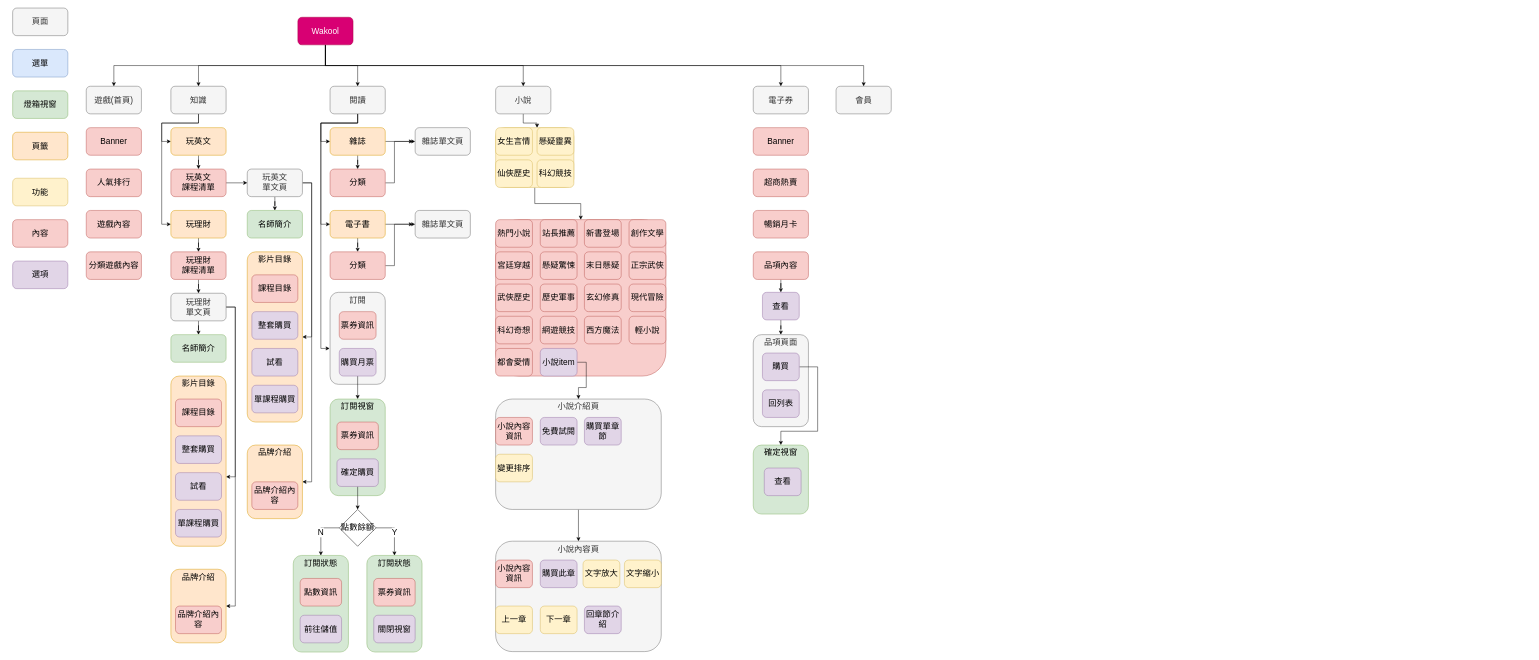
Above: page "sitemap" (2 of 2) of 中信Wakool.drawio in Cadmus-design/Diagrams (draw.io), before the change. Source tidied: cells renumbered, new cells numbered last; positions are measured from the earlier drawing's top-left corner, leaving out a move shared by most shapes. Both pictures are drawn from the tidied source at 46%, with x=0, y=0 at pixel (12, 8).
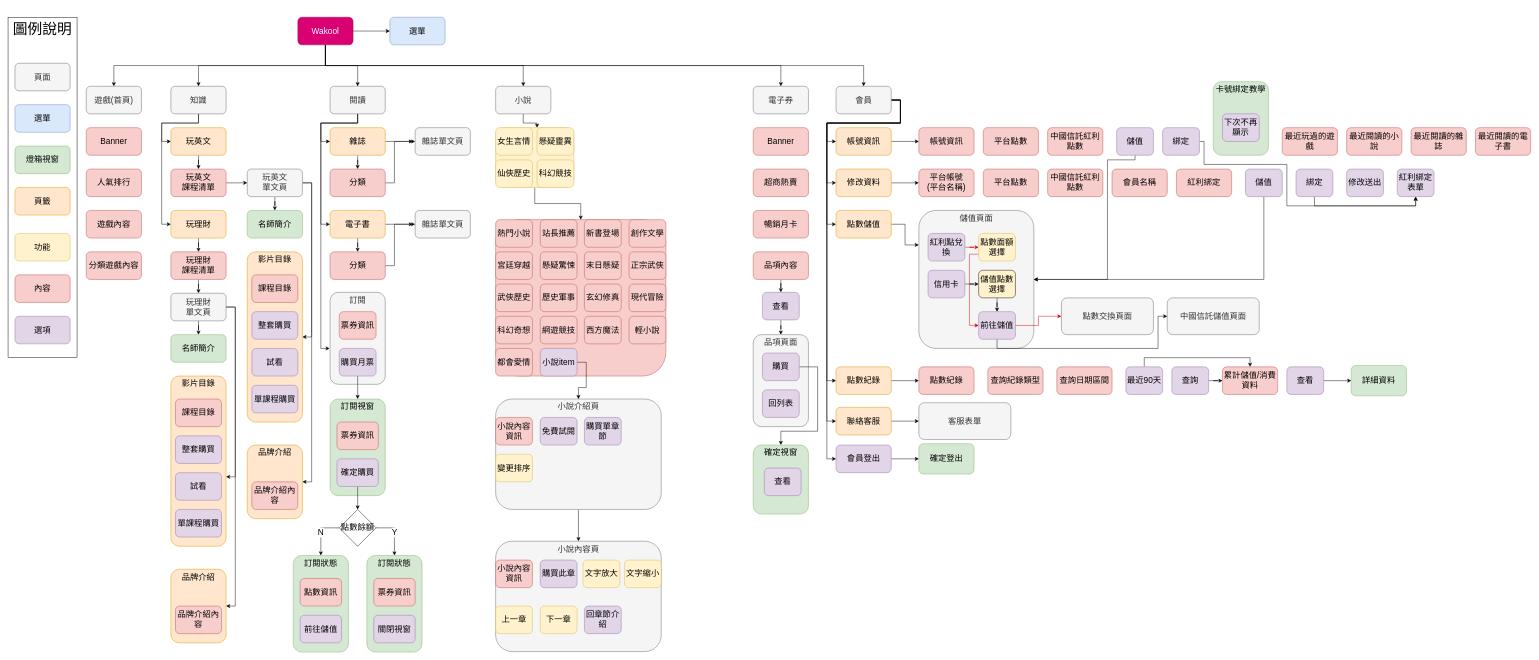
The same diagram, later.

Unchanged cells that the change refers to:
```xml
<mxCell id="21" value="會員" style="rounded=1;whiteSpace=wrap;html=1;fillColor=#f5f5f5;strokeColor=#666666;fontSize=18;fontColor=#333333;" parent="1" vertex="1">
  <mxGeometry x="1790" y="170" width="120" height="60" as="geometry" />
</mxCell>
<mxCell id="28" value="Wakool" style="rounded=1;whiteSpace=wrap;html=1;fillColor=#d80073;fontColor=#ffffff;strokeColor=#A50040;fontSize=18;" parent="1" vertex="1">
  <mxGeometry x="620" y="20" width="120" height="60" as="geometry" />
</mxCell>
```

Diff of the diagram source:
```diff
@@
+    <mxCell id="149" value="圖例說明" style="rounded=0;whiteSpace=wrap;html=1;strokeColor=#000000;verticalAlign=top;fontSize=32;" parent="1" vertex="1">
+      <mxGeometry x="-10" y="20" width="150" height="740" as="geometry" />
+    </mxCell>
@@
     <mxCell id="5" value="頁面" style="rounded=1;whiteSpace=wrap;html=1;fillColor=#f5f5f5;fontColor=#333333;strokeColor=#666666;fontSize=18;" parent="1" vertex="1">
-      <mxGeometry width="120" height="60" as="geometry" />
+      <mxGeometry x="5" y="120" width="120" height="60" as="geometry" />
     </mxCell>
     <mxCell id="6" value="選單" style="rounded=1;whiteSpace=wrap;html=1;fillColor=#dae8fc;strokeColor=#6c8ebf;fontSize=18;" parent="1" vertex="1">
-      <mxGeometry y="90" width="120" height="60" as="geometry" />
+      <mxGeometry x="820" y="20" width="120" height="60" as="geometry" />
     </mxCell>
     <mxCell id="7" value="燈箱視窗" style="rounded=1;whiteSpace=wrap;html=1;fillColor=#d5e8d4;strokeColor=#82b366;fontSize=18;" parent="1" vertex="1">
-      <mxGeometry y="180" width="120" height="60" as="geometry" />
+      <mxGeometry x="5" y="300" width="120" height="60" as="geometry" />
     </mxCell>
     <mxCell id="8" value="頁籤" style="rounded=1;whiteSpace=wrap;html=1;fillColor=#ffe6cc;strokeColor=#d79b00;fontSize=18;" parent="1" vertex="1">
-      <mxGeometry y="270" width="120" height="60" as="geometry" />
+      <mxGeometry x="5" y="390" width="120" height="60" as="geometry" />
     </mxCell>
     <mxCell id="9" value="功能" style="rounded=1;whiteSpace=wrap;html=1;fillColor=#fff2cc;strokeColor=#d6b656;fontSize=18;" parent="1" vertex="1">
-      <mxGeometry y="370" width="120" height="60" as="geometry" />
+      <mxGeometry x="5" y="490" width="120" height="60" as="geometry" />
     </mxCell>
@@
+    <mxCell id="150" style="edgeStyle=orthogonalEdgeStyle;rounded=0;jettySize=auto;html=1;exitX=1;exitY=0.5;exitDx=0;exitDy=0;entryX=0;entryY=0.5;entryDx=0;entryDy=0;" parent="1" edge="1" source="21" target="166">
+      <mxGeometry relative="1" as="geometry" />
+    </mxCell>
+    <mxCell id="151" style="edgeStyle=orthogonalEdgeStyle;rounded=0;jettySize=auto;html=1;exitX=1;exitY=0.5;exitDx=0;exitDy=0;entryX=0;entryY=0.5;entryDx=0;entryDy=0;" parent="1" edge="1" source="21" target="168">
+      <mxGeometry relative="1" as="geometry">
+        <Array as="points">
+          <mxPoint x="1930" y="200" />
+          <mxPoint x="1930" y="250" />
+          <mxPoint x="1770" y="250" />
+          <mxPoint x="1770" y="380" />
+        </Array>
+      </mxGeometry>
+    </mxCell>
+    <mxCell id="152" style="edgeStyle=orthogonalEdgeStyle;rounded=0;jettySize=auto;html=1;exitX=1;exitY=0.5;exitDx=0;exitDy=0;entryX=0;entryY=0.5;entryDx=0;entryDy=0;" parent="1" edge="1" source="21" target="170">
+      <mxGeometry relative="1" as="geometry">
+        <Array as="points">
+          <mxPoint x="1930" y="200" />
+          <mxPoint x="1930" y="250" />
+          <mxPoint x="1770" y="250" />
+          <mxPoint x="1770" y="470" />
+        </Array>
+      </mxGeometry>
+    </mxCell>
+    <mxCell id="153" style="edgeStyle=orthogonalEdgeStyle;rounded=0;jettySize=auto;html=1;exitX=1;exitY=0.5;exitDx=0;exitDy=0;entryX=0;entryY=0.5;entryDx=0;entryDy=0;" parent="1" edge="1" source="21" target="172">
+      <mxGeometry relative="1" as="geometry">
+        <Array as="points">
+          <mxPoint x="1930" y="200" />
+          <mxPoint x="1930" y="250" />
+          <mxPoint x="1770" y="250" />
+          <mxPoint x="1770" y="810" />
+        </Array>
+      </mxGeometry>
+    </mxCell>
+    <mxCell id="154" style="edgeStyle=orthogonalEdgeStyle;rounded=0;jettySize=auto;html=1;exitX=1;exitY=0.5;exitDx=0;exitDy=0;entryX=0;entryY=0.5;entryDx=0;entryDy=0;" parent="1" edge="1" source="21" target="174">
+      <mxGeometry relative="1" as="geometry">
+        <Array as="points">
+          <mxPoint x="1930" y="200" />
+          <mxPoint x="1930" y="250" />
+          <mxPoint x="1770" y="250" />
+          <mxPoint x="1770" y="898" />
+        </Array>
+      </mxGeometry>
+    </mxCell>
+    <mxCell id="155" style="edgeStyle=orthogonalEdgeStyle;rounded=0;jettySize=auto;html=1;exitX=1;exitY=0.5;exitDx=0;exitDy=0;entryX=0;entryY=0.5;entryDx=0;entryDy=0;" parent="1" edge="1" source="21" target="176">
+      <mxGeometry relative="1" as="geometry">
+        <Array as="points">
+          <mxPoint x="1930" y="200" />
+          <mxPoint x="1930" y="250" />
+          <mxPoint x="1770" y="250" />
+          <mxPoint x="1770" y="980" />
+        </Array>
+      </mxGeometry>
+    </mxCell>
@@
+    <mxCell id="156" style="edgeStyle=orthogonalEdgeStyle;rounded=0;jettySize=auto;html=1;entryX=0;entryY=0.5;entryDx=0;entryDy=0;" parent="1" edge="1" source="28" target="6">
+      <mxGeometry relative="1" as="geometry" />
+    </mxCell>
@@
     <mxCell id="29" value="內容" style="rounded=1;whiteSpace=wrap;html=1;fillColor=#f8cecc;strokeColor=#b85450;fontSize=18;" parent="1" vertex="1">
-      <mxGeometry y="460" width="120" height="60" as="geometry" />
+      <mxGeometry x="5" y="580" width="120" height="60" as="geometry" />
     </mxCell>
     <mxCell id="30" value="選項" style="rounded=1;whiteSpace=wrap;html=1;fillColor=#e1d5e7;strokeColor=#9673a6;fontSize=18;" parent="1" vertex="1">
-      <mxGeometry y="550" width="120" height="60" as="geometry" />
+      <mxGeometry x="5" y="670" width="120" height="60" as="geometry" />
     </mxCell>
@@
+    <mxCell id="157" value="卡號綁定教學" style="rounded=1;whiteSpace=wrap;html=1;fillColor=#d5e8d4;strokeColor=#82b366;fontSize=18;verticalAlign=top;" parent="1" vertex="1">
+      <mxGeometry x="2610" y="160" width="120" height="160" as="geometry" />
+    </mxCell>
+    <mxCell id="158" value="下次不再顯示" style="rounded=1;whiteSpace=wrap;html=1;fillColor=#e1d5e7;strokeColor=#9673a6;fontSize=18;" parent="1" vertex="1">
+      <mxGeometry x="2630" y="230" width="80" height="60" as="geometry" />
+    </mxCell>
+    <mxCell id="159" value="帳號資訊" style="rounded=1;whiteSpace=wrap;html=1;fillColor=#f8cecc;strokeColor=#b85450;fontSize=18;" parent="1" vertex="1">
+      <mxGeometry x="1970" y="260" width="120" height="60" as="geometry" />
+    </mxCell>
+    <mxCell id="160" value="平台點數" style="rounded=1;whiteSpace=wrap;html=1;fillColor=#f8cecc;strokeColor=#b85450;fontSize=18;" parent="1" vertex="1">
+      <mxGeometry x="2110" y="260" width="120" height="60" as="geometry" />
+    </mxCell>
+    <mxCell id="161" value="中國信託紅利點數" style="rounded=1;whiteSpace=wrap;html=1;fillColor=#f8cecc;strokeColor=#b85450;fontSize=18;" parent="1" vertex="1">
+      <mxGeometry x="2250" y="260" width="120" height="60" as="geometry" />
+    </mxCell>
+    <mxCell id="162" style="edgeStyle=orthogonalEdgeStyle;rounded=0;jettySize=auto;html=1;exitX=1;exitY=0.5;exitDx=0;exitDy=0;entryX=0.5;entryY=1;entryDx=0;entryDy=0;strokeColor=#000000;" parent="1" edge="1" source="163" target="203">
+      <mxGeometry relative="1" as="geometry">
+        <Array as="points">
+          <mxPoint x="2590" y="290" />
+          <mxPoint x="2590" y="340" />
+          <mxPoint x="2770" y="340" />
+          <mxPoint x="2770" y="430" />
+          <mxPoint x="3050" y="430" />
+        </Array>
+      </mxGeometry>
+    </mxCell>
+    <mxCell id="163" value="綁定" style="rounded=1;whiteSpace=wrap;html=1;fillColor=#e1d5e7;strokeColor=#9673a6;fontSize=18;" parent="1" vertex="1">
+      <mxGeometry x="2500" y="260" width="80" height="60" as="geometry" />
+    </mxCell>
+    <mxCell id="164" value="選單" style="rounded=1;whiteSpace=wrap;html=1;fillColor=#dae8fc;strokeColor=#6c8ebf;fontSize=18;" parent="1" vertex="1">
+      <mxGeometry x="5" y="210" width="120" height="60" as="geometry" />
+    </mxCell>
+    <mxCell id="165" style="edgeStyle=orthogonalEdgeStyle;rounded=0;jettySize=auto;html=1;exitX=1;exitY=0.5;exitDx=0;exitDy=0;entryX=0;entryY=0.5;entryDx=0;entryDy=0;" parent="1" edge="1" source="166" target="159">
+      <mxGeometry relative="1" as="geometry" />
+    </mxCell>
+    <mxCell id="166" value="帳號資訊" style="rounded=1;whiteSpace=wrap;html=1;fillColor=#ffe6cc;strokeColor=#d79b00;fontSize=18;" parent="1" vertex="1">
+      <mxGeometry x="1790" y="260" width="120" height="60" as="geometry" />
+    </mxCell>
+    <mxCell id="167" style="edgeStyle=orthogonalEdgeStyle;rounded=0;jettySize=auto;html=1;strokeColor=#000000;" parent="1" edge="1" source="168" target="193">
+      <mxGeometry relative="1" as="geometry" />
+    </mxCell>
+    <mxCell id="168" value="修改資料" style="rounded=1;whiteSpace=wrap;html=1;fillColor=#ffe6cc;strokeColor=#d79b00;fontSize=18;" parent="1" vertex="1">
+      <mxGeometry x="1790" y="350" width="120" height="60" as="geometry" />
+    </mxCell>
+    <mxCell id="169" style="edgeStyle=orthogonalEdgeStyle;rounded=0;jettySize=auto;html=1;exitX=1;exitY=0.5;exitDx=0;exitDy=0;entryX=0;entryY=0.25;entryDx=0;entryDy=0;strokeColor=#000000;" parent="1" edge="1" source="170" target="179">
+      <mxGeometry relative="1" as="geometry" />
+    </mxCell>
+    <mxCell id="170" value="點數儲值" style="rounded=1;whiteSpace=wrap;html=1;fillColor=#ffe6cc;strokeColor=#d79b00;fontSize=18;" parent="1" vertex="1">
+      <mxGeometry x="1790" y="440" width="120" height="60" as="geometry" />
+    </mxCell>
+    <mxCell id="171" style="edgeStyle=orthogonalEdgeStyle;rounded=0;jettySize=auto;html=1;exitX=1;exitY=0.5;exitDx=0;exitDy=0;entryX=0;entryY=0.5;entryDx=0;entryDy=0;strokeColor=#000000;" parent="1" edge="1" source="172" target="208">
+      <mxGeometry relative="1" as="geometry" />
+    </mxCell>
+    <mxCell id="172" value="點數紀錄" style="rounded=1;whiteSpace=wrap;html=1;fillColor=#ffe6cc;strokeColor=#d79b00;fontSize=18;" parent="1" vertex="1">
+      <mxGeometry x="1790" y="780" width="120" height="60" as="geometry" />
+    </mxCell>
+    <mxCell id="173" style="edgeStyle=orthogonalEdgeStyle;rounded=0;jettySize=auto;html=1;exitX=1;exitY=0.5;exitDx=0;exitDy=0;strokeColor=#000000;" parent="1" edge="1" source="174" target="219">
+      <mxGeometry relative="1" as="geometry" />
+    </mxCell>
+    <mxCell id="174" value="聯絡客服" style="rounded=1;whiteSpace=wrap;html=1;fillColor=#ffe6cc;strokeColor=#d79b00;fontSize=18;" parent="1" vertex="1">
+      <mxGeometry x="1790" y="868" width="120" height="60" as="geometry" />
+    </mxCell>
+    <mxCell id="175" style="edgeStyle=orthogonalEdgeStyle;rounded=0;jettySize=auto;html=1;strokeColor=#000000;" parent="1" edge="1" source="176" target="220">
+      <mxGeometry relative="1" as="geometry" />
+    </mxCell>
+    <mxCell id="176" value="會員登出" style="rounded=1;whiteSpace=wrap;html=1;fillColor=#e1d5e7;strokeColor=#9673a6;fontSize=18;" parent="1" vertex="1">
+      <mxGeometry x="1790" y="950" width="120" height="60" as="geometry" />
+    </mxCell>
+    <mxCell id="177" style="edgeStyle=orthogonalEdgeStyle;rounded=0;jettySize=auto;html=1;exitX=0.5;exitY=1;exitDx=0;exitDy=0;entryX=1;entryY=0.5;entryDx=0;entryDy=0;" parent="1" edge="1" source="178" target="179">
+      <mxGeometry relative="1" as="geometry">
+        <Array as="points">
+          <mxPoint x="2440" y="330" />
+          <mxPoint x="2380" y="330" />
+          <mxPoint x="2380" y="590" />
+        </Array>
+      </mxGeometry>
+    </mxCell>
+    <mxCell id="178" value="儲值" style="rounded=1;whiteSpace=wrap;html=1;fillColor=#e1d5e7;strokeColor=#9673a6;fontSize=18;" parent="1" vertex="1">
+      <mxGeometry x="2400" y="260" width="80" height="60" as="geometry" />
+    </mxCell>
+    <mxCell id="179" value="儲值頁面" style="rounded=1;whiteSpace=wrap;html=1;fillColor=#f5f5f5;fontColor=#333333;strokeColor=#666666;fontSize=18;verticalAlign=top;" parent="1" vertex="1">
+      <mxGeometry x="1970" y="440" width="250" height="300" as="geometry" />
+    </mxCell>
+    <mxCell id="180" style="edgeStyle=orthogonalEdgeStyle;rounded=0;jettySize=auto;html=1;strokeColor=#CC0000;" parent="1" edge="1" source="181" target="190">
+      <mxGeometry relative="1" as="geometry" />
+    </mxCell>
+    <mxCell id="181" value="紅利點兌換" style="rounded=1;whiteSpace=wrap;html=1;fillColor=#e1d5e7;strokeColor=#9673a6;fontSize=18;" parent="1" vertex="1">
+      <mxGeometry x="1990" y="490" width="80" height="60" as="geometry" />
+    </mxCell>
+    <mxCell id="182" style="edgeStyle=orthogonalEdgeStyle;rounded=0;jettySize=auto;html=1;strokeColor=#000000;" parent="1" edge="1" source="183" target="188">
+      <mxGeometry relative="1" as="geometry" />
+    </mxCell>
+    <mxCell id="183" value="信用卡" style="rounded=1;whiteSpace=wrap;html=1;fillColor=#e1d5e7;strokeColor=#9673a6;fontSize=18;" parent="1" vertex="1">
+      <mxGeometry x="1990" y="570" width="80" height="60" as="geometry" />
+    </mxCell>
+    <mxCell id="184" style="edgeStyle=orthogonalEdgeStyle;rounded=0;jettySize=auto;html=1;exitX=1;exitY=0.5;exitDx=0;exitDy=0;entryX=0;entryY=0.5;entryDx=0;entryDy=0;strokeColor=#CC0000;" parent="1" edge="1" source="186" target="192">
+      <mxGeometry relative="1" as="geometry" />
+    </mxCell>
+    <mxCell id="185" style="edgeStyle=orthogonalEdgeStyle;rounded=0;jettySize=auto;html=1;exitX=0.5;exitY=1;exitDx=0;exitDy=0;entryX=0;entryY=0.5;entryDx=0;entryDy=0;strokeColor=#000000;" parent="1" edge="1" source="186" target="191">
+      <mxGeometry relative="1" as="geometry">
+        <Array as="points">
+          <mxPoint x="2140" y="740" />
+          <mxPoint x="2490" y="740" />
+          <mxPoint x="2490" y="670" />
+        </Array>
+      </mxGeometry>
+    </mxCell>
+    <mxCell id="186" value="前往儲值" style="rounded=1;whiteSpace=wrap;html=1;fillColor=#e1d5e7;strokeColor=#9673a6;fontSize=18;" parent="1" vertex="1">
+      <mxGeometry x="2100" y="660" width="80" height="60" as="geometry" />
+    </mxCell>
+    <mxCell id="187" style="edgeStyle=orthogonalEdgeStyle;rounded=0;jettySize=auto;html=1;entryX=0.5;entryY=0;entryDx=0;entryDy=0;strokeColor=#000000;" parent="1" edge="1" source="188" target="186">
+      <mxGeometry relative="1" as="geometry" />
+    </mxCell>
+    <mxCell id="188" value="儲值點數選擇" style="rounded=1;whiteSpace=wrap;html=1;fillColor=#fff2cc;strokeColor=#000000;fontSize=18;" parent="1" vertex="1">
+      <mxGeometry x="2100" y="570" width="80" height="60" as="geometry" />
+    </mxCell>
+    <mxCell id="189" style="edgeStyle=orthogonalEdgeStyle;rounded=0;jettySize=auto;html=1;exitX=0;exitY=0.75;exitDx=0;exitDy=0;entryX=0;entryY=0.5;entryDx=0;entryDy=0;strokeColor=#CC0000;" parent="1" edge="1" source="190" target="186">
+      <mxGeometry relative="1" as="geometry" />
+    </mxCell>
+    <mxCell id="190" value="點數面額選擇" style="rounded=1;whiteSpace=wrap;html=1;fillColor=#fff2cc;strokeColor=#d6b656;fontSize=18;" parent="1" vertex="1">
+      <mxGeometry x="2100" y="490" width="80" height="60" as="geometry" />
+    </mxCell>
+    <mxCell id="191" value="中國信託儲值頁面" style="rounded=1;whiteSpace=wrap;html=1;fillColor=#f5f5f5;fontColor=#333333;strokeColor=#666666;fontSize=18;verticalAlign=middle;" parent="1" vertex="1">
+      <mxGeometry x="2510" y="630" width="200" height="80" as="geometry" />
+    </mxCell>
+    <mxCell id="192" value="點數交換頁面" style="rounded=1;whiteSpace=wrap;html=1;fillColor=#f5f5f5;fontColor=#333333;strokeColor=#666666;fontSize=18;verticalAlign=middle;" parent="1" vertex="1">
+      <mxGeometry x="2280" y="630" width="200" height="80" as="geometry" />
+    </mxCell>
+    <mxCell id="193" value="&lt;div&gt;平台帳號&lt;/div&gt;&lt;div&gt;(平台名稱)&lt;br&gt;&lt;/div&gt;" style="rounded=1;whiteSpace=wrap;html=1;fillColor=#f8cecc;strokeColor=#b85450;fontSize=18;" parent="1" vertex="1">
+      <mxGeometry x="1970" y="350" width="120" height="60" as="geometry" />
+    </mxCell>
+    <mxCell id="194" value="平台點數" style="rounded=1;whiteSpace=wrap;html=1;fillColor=#f8cecc;strokeColor=#b85450;fontSize=18;" parent="1" vertex="1">
+      <mxGeometry x="2110" y="350" width="120" height="60" as="geometry" />
+    </mxCell>
+    <mxCell id="195" value="中國信託紅利點數" style="rounded=1;whiteSpace=wrap;html=1;fillColor=#f8cecc;strokeColor=#b85450;fontSize=18;" parent="1" vertex="1">
+      <mxGeometry x="2250" y="350" width="120" height="60" as="geometry" />
+    </mxCell>
+    <mxCell id="196" value="會員名稱" style="rounded=1;whiteSpace=wrap;html=1;fillColor=#f8cecc;strokeColor=#b85450;fontSize=18;" parent="1" vertex="1">
+      <mxGeometry x="2390" y="350" width="120" height="60" as="geometry" />
+    </mxCell>
+    <mxCell id="197" value="紅利綁定" style="rounded=1;whiteSpace=wrap;html=1;fillColor=#f8cecc;strokeColor=#b85450;fontSize=18;" parent="1" vertex="1">
+      <mxGeometry x="2530" y="350" width="120" height="60" as="geometry" />
+    </mxCell>
+    <mxCell id="198" style="edgeStyle=orthogonalEdgeStyle;rounded=0;jettySize=auto;html=1;exitX=0.5;exitY=1;exitDx=0;exitDy=0;entryX=0.5;entryY=1;entryDx=0;entryDy=0;strokeColor=#000000;" parent="1" edge="1" source="199" target="203">
+      <mxGeometry relative="1" as="geometry" />
+    </mxCell>
+    <mxCell id="199" value="綁定" style="rounded=1;whiteSpace=wrap;html=1;fillColor=#e1d5e7;strokeColor=#9673a6;fontSize=18;" parent="1" vertex="1">
+      <mxGeometry x="2790" y="350" width="80" height="60" as="geometry" />
+    </mxCell>
+    <mxCell id="200" style="edgeStyle=orthogonalEdgeStyle;rounded=0;jettySize=auto;html=1;exitX=0.5;exitY=1;exitDx=0;exitDy=0;entryX=1;entryY=0.5;entryDx=0;entryDy=0;strokeColor=#000000;" parent="1" edge="1" source="201" target="179">
+      <mxGeometry relative="1" as="geometry" />
+    </mxCell>
+    <mxCell id="201" value="儲值" style="rounded=1;whiteSpace=wrap;html=1;fillColor=#e1d5e7;strokeColor=#9673a6;fontSize=18;" parent="1" vertex="1">
+      <mxGeometry x="2680" y="350" width="80" height="60" as="geometry" />
+    </mxCell>
+    <mxCell id="202" value="修改送出" style="rounded=1;whiteSpace=wrap;html=1;fillColor=#e1d5e7;strokeColor=#9673a6;fontSize=18;" parent="1" vertex="1">
+      <mxGeometry x="2900" y="350" width="80" height="60" as="geometry" />
+    </mxCell>
+    <mxCell id="203" value="紅利綁定表單" style="rounded=1;whiteSpace=wrap;html=1;fillColor=#e1d5e7;strokeColor=#9673a6;fontSize=18;" parent="1" vertex="1">
+      <mxGeometry x="3010" y="350" width="80" height="60" as="geometry" />
+    </mxCell>
+    <mxCell id="204" value="最近玩過的遊戲" style="rounded=1;whiteSpace=wrap;html=1;fillColor=#f8cecc;strokeColor=#b85450;fontSize=18;" parent="1" vertex="1">
+      <mxGeometry x="2760" y="260" width="120" height="60" as="geometry" />
+    </mxCell>
+    <mxCell id="205" value="最近閱讀的小說" style="rounded=1;whiteSpace=wrap;html=1;fillColor=#f8cecc;strokeColor=#b85450;fontSize=18;" parent="1" vertex="1">
+      <mxGeometry x="2900" y="260" width="120" height="60" as="geometry" />
+    </mxCell>
+    <mxCell id="206" value="最近閱讀的雜誌" style="rounded=1;whiteSpace=wrap;html=1;fillColor=#f8cecc;strokeColor=#b85450;fontSize=18;" parent="1" vertex="1">
+      <mxGeometry x="3040" y="260" width="120" height="60" as="geometry" />
+    </mxCell>
+    <mxCell id="207" value="最近閱讀的電子書" style="rounded=1;whiteSpace=wrap;html=1;fillColor=#f8cecc;strokeColor=#b85450;fontSize=18;" parent="1" vertex="1">
+      <mxGeometry x="3180" y="260" width="120" height="60" as="geometry" />
+    </mxCell>
+    <mxCell id="208" value="點數紀錄" style="rounded=1;whiteSpace=wrap;html=1;fillColor=#f8cecc;strokeColor=#b85450;fontSize=18;" parent="1" vertex="1">
+      <mxGeometry x="1970" y="780" width="120" height="60" as="geometry" />
+    </mxCell>
+    <mxCell id="209" value="查詢紀錄類型" style="rounded=1;whiteSpace=wrap;html=1;fillColor=#f8cecc;strokeColor=#b85450;fontSize=18;" parent="1" vertex="1">
+      <mxGeometry x="2120" y="780" width="120" height="60" as="geometry" />
+    </mxCell>
+    <mxCell id="210" value="查詢日期區間" style="rounded=1;whiteSpace=wrap;html=1;fillColor=#f8cecc;strokeColor=#b85450;fontSize=18;" parent="1" vertex="1">
+      <mxGeometry x="2270" y="780" width="120" height="60" as="geometry" />
+    </mxCell>
+    <mxCell id="211" value="累計儲值/消費資料" style="rounded=1;whiteSpace=wrap;html=1;fillColor=#f8cecc;strokeColor=#b85450;fontSize=18;" parent="1" vertex="1">
+      <mxGeometry x="2630" y="780" width="120" height="60" as="geometry" />
+    </mxCell>
+    <mxCell id="212" value="詳細資料" style="rounded=1;whiteSpace=wrap;html=1;fillColor=#d5e8d4;strokeColor=#82b366;fontSize=18;verticalAlign=middle;" parent="1" vertex="1">
+      <mxGeometry x="2910" y="777" width="120" height="66" as="geometry" />
+    </mxCell>
+    <mxCell id="213" style="edgeStyle=orthogonalEdgeStyle;rounded=0;jettySize=auto;html=1;exitX=1;exitY=0.5;exitDx=0;exitDy=0;entryX=0;entryY=0.5;entryDx=0;entryDy=0;strokeColor=#000000;" parent="1" edge="1" source="214" target="212">
+      <mxGeometry relative="1" as="geometry" />
+    </mxCell>
+    <mxCell id="214" value="查看" style="rounded=1;whiteSpace=wrap;html=1;fillColor=#e1d5e7;strokeColor=#9673a6;fontSize=18;" parent="1" vertex="1">
+      <mxGeometry x="2770" y="780" width="80" height="60" as="geometry" />
+    </mxCell>
+    <mxCell id="215" style="edgeStyle=orthogonalEdgeStyle;rounded=0;jettySize=auto;html=1;exitX=0.5;exitY=0;exitDx=0;exitDy=0;entryX=0.5;entryY=0;entryDx=0;entryDy=0;strokeColor=#000000;" parent="1" edge="1" source="216" target="211">
+      <mxGeometry relative="1" as="geometry" />
+    </mxCell>
+    <mxCell id="216" value="最近90天" style="rounded=1;whiteSpace=wrap;html=1;fillColor=#e1d5e7;strokeColor=#9673a6;fontSize=18;" parent="1" vertex="1">
+      <mxGeometry x="2420" y="780" width="80" height="60" as="geometry" />
+    </mxCell>
+    <mxCell id="217" style="edgeStyle=orthogonalEdgeStyle;rounded=0;jettySize=auto;html=1;exitX=1;exitY=0.5;exitDx=0;exitDy=0;strokeColor=#000000;" parent="1" edge="1" source="218" target="211">
+      <mxGeometry relative="1" as="geometry" />
+    </mxCell>
+    <mxCell id="218" value="查詢" style="rounded=1;whiteSpace=wrap;html=1;fillColor=#e1d5e7;strokeColor=#9673a6;fontSize=18;" parent="1" vertex="1">
+      <mxGeometry x="2520" y="780" width="80" height="60" as="geometry" />
+    </mxCell>
+    <mxCell id="219" value="客服表單" style="rounded=1;whiteSpace=wrap;html=1;fillColor=#f5f5f5;fontColor=#333333;strokeColor=#666666;fontSize=18;verticalAlign=middle;" parent="1" vertex="1">
+      <mxGeometry x="1970" y="858" width="200" height="80" as="geometry" />
+    </mxCell>
+    <mxCell id="220" value="確定登出" style="rounded=1;whiteSpace=wrap;html=1;fillColor=#d5e8d4;strokeColor=#82b366;fontSize=18;verticalAlign=middle;" parent="1" vertex="1">
+      <mxGeometry x="1970" y="947" width="120" height="66" as="geometry" />
+    </mxCell>
```
